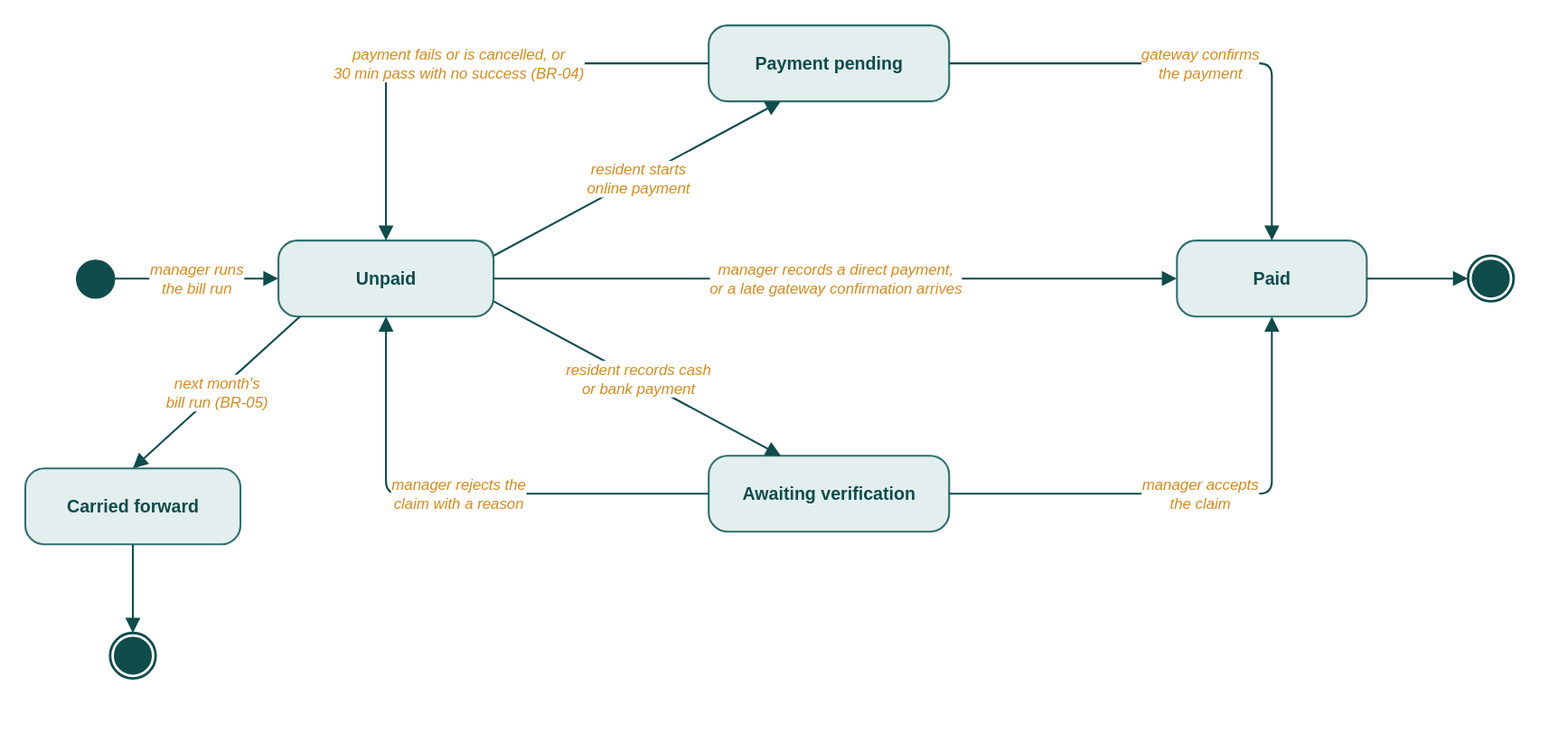
The draw.io diagram diagrams/resident/resident-state-1-bill.drawio.svg in iammahir2020/BariBondhu-Apartment-Building-Management-System, before a commit. Source tidied: cells renumbered, new cells last; positions are measured from the earlier drawing's top-left corner, leaving out a move shared by most shapes. The source it was exported from:
```xml
<mxGraphModel>
  <root>
    <mxCell id="0" />
    <mxCell id="1" parent="0" />
    <mxCell id="2" style="ellipse;html=1;fillColor=#0F4C4C;strokeColor=#0F4C4C;" parent="1" vertex="1">
      <mxGeometry x="40" y="185" width="30" height="30" as="geometry" />
    </mxCell>
    <mxCell id="3" value="Unpaid" style="rounded=1;arcSize=25;whiteSpace=wrap;html=1;fillColor=#E3EEEE;strokeColor=#2F6F6F;strokeWidth=1.5;fontStyle=1;fontSize=14;fontColor=#0F4C4C;fontFamily=Helvetica;" parent="1" vertex="1">
      <mxGeometry x="200" y="170" width="170" height="60" as="geometry" />
    </mxCell>
    <mxCell id="4" value="Payment pending" style="rounded=1;arcSize=25;whiteSpace=wrap;html=1;fillColor=#E3EEEE;strokeColor=#2F6F6F;strokeWidth=1.5;fontStyle=1;fontSize=14;fontColor=#0F4C4C;fontFamily=Helvetica;" parent="1" vertex="1">
      <mxGeometry x="540" width="190" height="60" as="geometry" />
    </mxCell>
    <mxCell id="5" value="Awaiting verification" style="rounded=1;arcSize=25;whiteSpace=wrap;html=1;fillColor=#E3EEEE;strokeColor=#2F6F6F;strokeWidth=1.5;fontStyle=1;fontSize=14;fontColor=#0F4C4C;fontFamily=Helvetica;" parent="1" vertex="1">
      <mxGeometry x="540" y="340" width="190" height="60" as="geometry" />
    </mxCell>
    <mxCell id="6" value="Paid" style="rounded=1;arcSize=25;whiteSpace=wrap;html=1;fillColor=#E3EEEE;strokeColor=#2F6F6F;strokeWidth=1.5;fontStyle=1;fontSize=14;fontColor=#0F4C4C;fontFamily=Helvetica;" parent="1" vertex="1">
      <mxGeometry x="910" y="170" width="150" height="60" as="geometry" />
    </mxCell>
    <mxCell id="7" value="Carried forward" style="rounded=1;arcSize=25;whiteSpace=wrap;html=1;fillColor=#E3EEEE;strokeColor=#2F6F6F;strokeWidth=1.5;fontStyle=1;fontSize=14;fontColor=#0F4C4C;fontFamily=Helvetica;" parent="1" vertex="1">
      <mxGeometry y="350" width="170" height="60" as="geometry" />
    </mxCell>
    <mxCell id="8" style="ellipse;html=1;shape=endState;fillColor=#0F4C4C;strokeColor=#0F4C4C;strokeWidth=2;" parent="1" vertex="1">
      <mxGeometry x="1140" y="182" width="36" height="36" as="geometry" />
    </mxCell>
    <mxCell id="9" style="ellipse;html=1;shape=endState;fillColor=#0F4C4C;strokeColor=#0F4C4C;strokeWidth=2;" parent="1" vertex="1">
      <mxGeometry x="67" y="480" width="36" height="36" as="geometry" />
    </mxCell>
    <mxCell id="10" value="manager runs&lt;br&gt;the bill run" style="endArrow=block;endFill=1;endSize=8;html=1;strokeColor=#0F4C4C;strokeWidth=1.5;fontSize=12;fontStyle=2;fontColor=#D98A1C;labelBackgroundColor=#FFFFFF;fontFamily=Helvetica;" parent="1" edge="1" source="2" target="3">
      <mxGeometry relative="1" as="geometry" />
    </mxCell>
    <mxCell id="11" value="resident starts&lt;br&gt;online payment" style="endArrow=block;endFill=1;endSize=8;html=1;strokeColor=#0F4C4C;strokeWidth=1.5;fontSize=12;fontStyle=2;fontColor=#D98A1C;labelBackgroundColor=#FFFFFF;fontFamily=Helvetica;exitX=1;exitY=0.2;exitDx=0;exitDy=0;entryX=0.3;entryY=1;entryDx=0;entryDy=0;" parent="1" edge="1" source="3" target="4">
      <mxGeometry relative="1" as="geometry" />
    </mxCell>
    <mxCell id="12" value="payment fails or is cancelled, or&lt;br&gt;30 min pass with no success (BR-04)" style="endArrow=block;endFill=1;endSize=8;html=1;strokeColor=#0F4C4C;strokeWidth=1.5;fontSize=12;fontStyle=2;fontColor=#D98A1C;labelBackgroundColor=#FFFFFF;fontFamily=Helvetica;exitX=0;exitY=0.5;exitDx=0;exitDy=0;entryX=0.5;entryY=0;entryDx=0;entryDy=0;" parent="1" edge="1" source="4" target="3">
      <mxGeometry relative="1" as="geometry">
        <Array as="points">
          <mxPoint x="285" y="30" />
        </Array>
      </mxGeometry>
    </mxCell>
    <mxCell id="13" value="resident records cash&lt;br&gt;or bank payment" style="endArrow=block;endFill=1;endSize=8;html=1;strokeColor=#0F4C4C;strokeWidth=1.5;fontSize=12;fontStyle=2;fontColor=#D98A1C;labelBackgroundColor=#FFFFFF;fontFamily=Helvetica;exitX=1;exitY=0.8;exitDx=0;exitDy=0;entryX=0.3;entryY=0;entryDx=0;entryDy=0;" parent="1" edge="1" source="3" target="5">
      <mxGeometry relative="1" as="geometry" />
    </mxCell>
    <mxCell id="14" value="manager rejects the&lt;br&gt;claim with a reason" style="endArrow=block;endFill=1;endSize=8;html=1;strokeColor=#0F4C4C;strokeWidth=1.5;fontSize=12;fontStyle=2;fontColor=#D98A1C;labelBackgroundColor=#FFFFFF;fontFamily=Helvetica;exitX=0;exitY=0.5;exitDx=0;exitDy=0;entryX=0.5;entryY=1;entryDx=0;entryDy=0;" parent="1" edge="1" source="5" target="3">
      <mxGeometry relative="1" as="geometry">
        <Array as="points">
          <mxPoint x="285" y="370" />
        </Array>
      </mxGeometry>
    </mxCell>
    <mxCell id="15" value="gateway confirms&lt;br&gt;the payment" style="endArrow=block;endFill=1;endSize=8;html=1;strokeColor=#0F4C4C;strokeWidth=1.5;fontSize=12;fontStyle=2;fontColor=#D98A1C;labelBackgroundColor=#FFFFFF;fontFamily=Helvetica;exitX=1;exitY=0.5;exitDx=0;exitDy=0;entryX=0.5;entryY=0;entryDx=0;entryDy=0;" parent="1" edge="1" source="4" target="6">
      <mxGeometry relative="1" as="geometry">
        <Array as="points">
          <mxPoint x="985" y="30" />
        </Array>
      </mxGeometry>
    </mxCell>
    <mxCell id="16" value="manager accepts&lt;br&gt;the claim" style="endArrow=block;endFill=1;endSize=8;html=1;strokeColor=#0F4C4C;strokeWidth=1.5;fontSize=12;fontStyle=2;fontColor=#D98A1C;labelBackgroundColor=#FFFFFF;fontFamily=Helvetica;exitX=1;exitY=0.5;exitDx=0;exitDy=0;entryX=0.5;entryY=1;entryDx=0;entryDy=0;" parent="1" edge="1" source="5" target="6">
      <mxGeometry relative="1" as="geometry">
        <Array as="points">
          <mxPoint x="985" y="370" />
        </Array>
      </mxGeometry>
    </mxCell>
    <mxCell id="17" value="manager records a direct payment,&lt;br&gt;or a late gateway confirmation arrives" style="endArrow=block;endFill=1;endSize=8;html=1;strokeColor=#0F4C4C;strokeWidth=1.5;fontSize=12;fontStyle=2;fontColor=#D98A1C;labelBackgroundColor=#FFFFFF;fontFamily=Helvetica;" parent="1" edge="1" source="3" target="6">
      <mxGeometry relative="1" as="geometry" />
    </mxCell>
    <mxCell id="18" value="next month's&lt;br&gt;bill run (BR-05)" style="endArrow=block;endFill=1;endSize=8;html=1;strokeColor=#0F4C4C;strokeWidth=1.5;fontSize=12;fontStyle=2;fontColor=#D98A1C;labelBackgroundColor=#FFFFFF;fontFamily=Helvetica;exitX=0.1;exitY=1;exitDx=0;exitDy=0;entryX=0.5;entryY=0;entryDx=0;entryDy=0;" parent="1" edge="1" source="3" target="7">
      <mxGeometry relative="1" as="geometry" />
    </mxCell>
    <mxCell id="19" style="endArrow=block;endFill=1;endSize=8;html=1;strokeColor=#0F4C4C;strokeWidth=1.5;fontSize=12;fontStyle=2;fontColor=#D98A1C;labelBackgroundColor=#FFFFFF;fontFamily=Helvetica;" parent="1" edge="1" source="6" target="8">
      <mxGeometry relative="1" as="geometry" />
    </mxCell>
    <mxCell id="20" style="endArrow=block;endFill=1;endSize=8;html=1;strokeColor=#0F4C4C;strokeWidth=1.5;fontSize=12;fontStyle=2;fontColor=#D98A1C;labelBackgroundColor=#FFFFFF;fontFamily=Helvetica;" parent="1" edge="1" source="7" target="9">
      <mxGeometry relative="1" as="geometry" />
    </mxCell>
  </root>
</mxGraphModel>
```
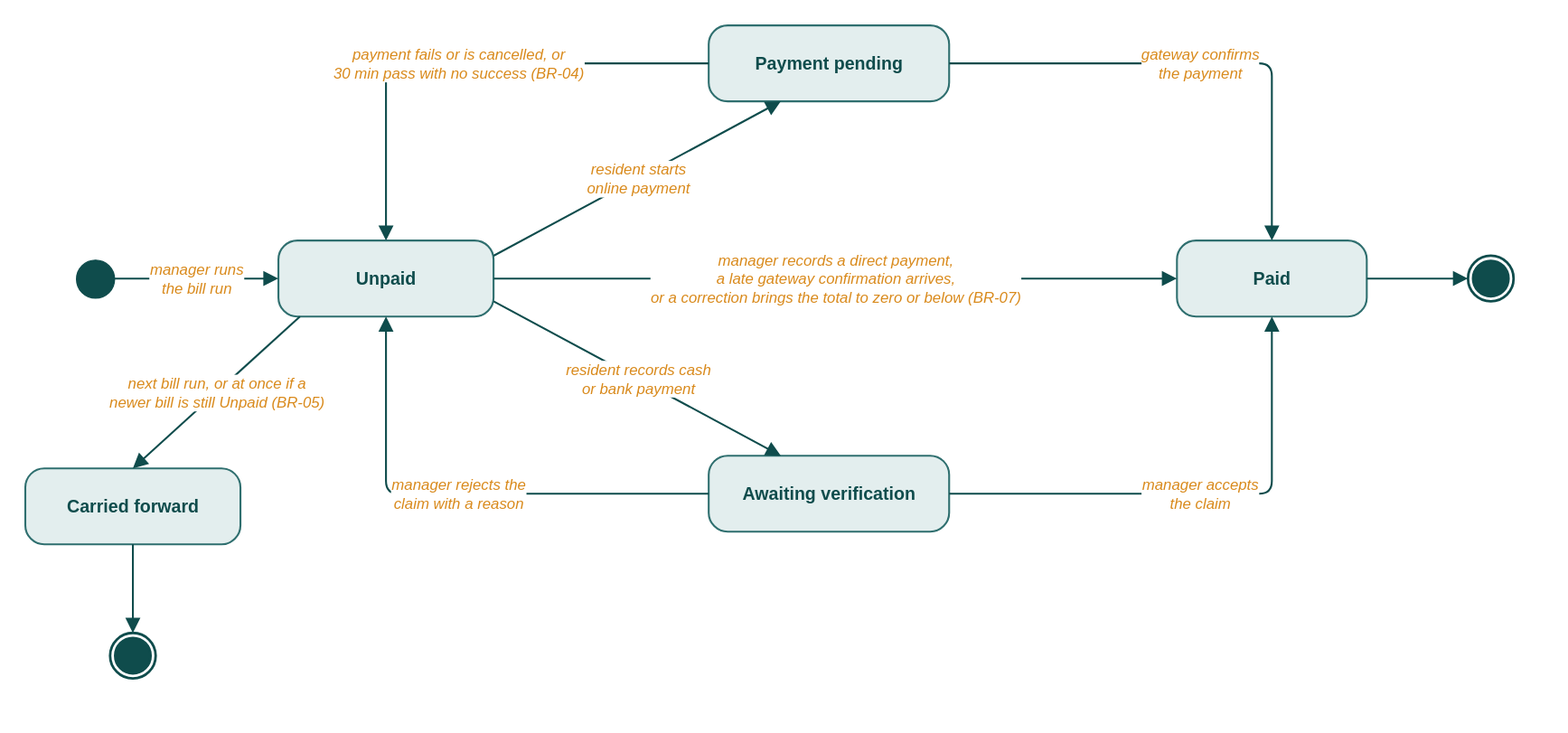
The same file after the commit.

Commit message:
Address review: ticket cancel, zero bills, rejected claims, late payments

Diff of the diagram source:
```diff
@@ -63,10 +63,10 @@
         </Array>
       </mxGeometry>
     </mxCell>
-    <mxCell id="17" value="manager records a direct payment,&lt;br&gt;or a late gateway confirmation arrives" style="endArrow=block;endFill=1;endSize=8;html=1;strokeColor=#0F4C4C;strokeWidth=1.5;fontSize=12;fontStyle=2;fontColor=#D98A1C;labelBackgroundColor=#FFFFFF;fontFamily=Helvetica;" parent="1" edge="1" source="3" target="6">
+    <mxCell id="17" value="manager records a direct payment,&lt;br&gt;a late gateway confirmation arrives,&lt;br&gt;or a correction brings the total to zero or below (BR-07)" style="endArrow=block;endFill=1;endSize=8;html=1;strokeColor=#0F4C4C;strokeWidth=1.5;fontSize=12;fontStyle=2;fontColor=#D98A1C;labelBackgroundColor=#FFFFFF;fontFamily=Helvetica;" parent="1" edge="1" source="3" target="6">
       <mxGeometry relative="1" as="geometry" />
     </mxCell>
-    <mxCell id="18" value="next month's&lt;br&gt;bill run (BR-05)" style="endArrow=block;endFill=1;endSize=8;html=1;strokeColor=#0F4C4C;strokeWidth=1.5;fontSize=12;fontStyle=2;fontColor=#D98A1C;labelBackgroundColor=#FFFFFF;fontFamily=Helvetica;exitX=0.1;exitY=1;exitDx=0;exitDy=0;entryX=0.5;entryY=0;entryDx=0;entryDy=0;" parent="1" edge="1" source="3" target="7">
+    <mxCell id="18" value="next bill run, or at once if a&lt;br&gt;newer bill is still Unpaid (BR-05)" style="endArrow=block;endFill=1;endSize=8;html=1;strokeColor=#0F4C4C;strokeWidth=1.5;fontSize=12;fontStyle=2;fontColor=#D98A1C;labelBackgroundColor=#FFFFFF;fontFamily=Helvetica;exitX=0.1;exitY=1;exitDx=0;exitDy=0;entryX=0.5;entryY=0;entryDx=0;entryDy=0;" parent="1" edge="1" source="3" target="7">
       <mxGeometry relative="1" as="geometry" />
     </mxCell>
     <mxCell id="19" style="endArrow=block;endFill=1;endSize=8;html=1;strokeColor=#0F4C4C;strokeWidth=1.5;fontSize=12;fontStyle=2;fontColor=#D98A1C;labelBackgroundColor=#FFFFFF;fontFamily=Helvetica;" parent="1" edge="1" source="6" target="8">
```
